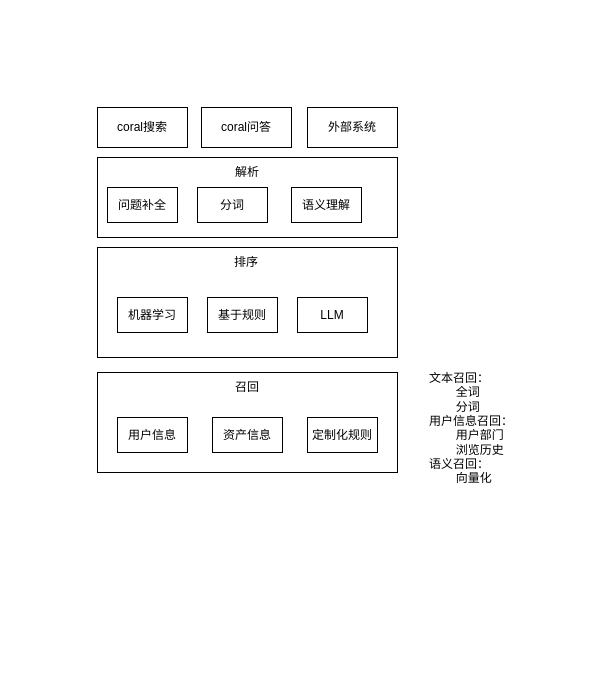
FlyThroughAir/DrawHere keeps this draw.io diagram as llm-搜索新架构.drawio. Above is the earlier version. Source tidied: cells renumbered, new cells numbered last; positions are measured from the earlier drawing's top-left corner, leaving out a move shared by most shapes. Both pictures are drawn from the tidied source at 100%, with x=0, y=0 at pixel (97, 107).
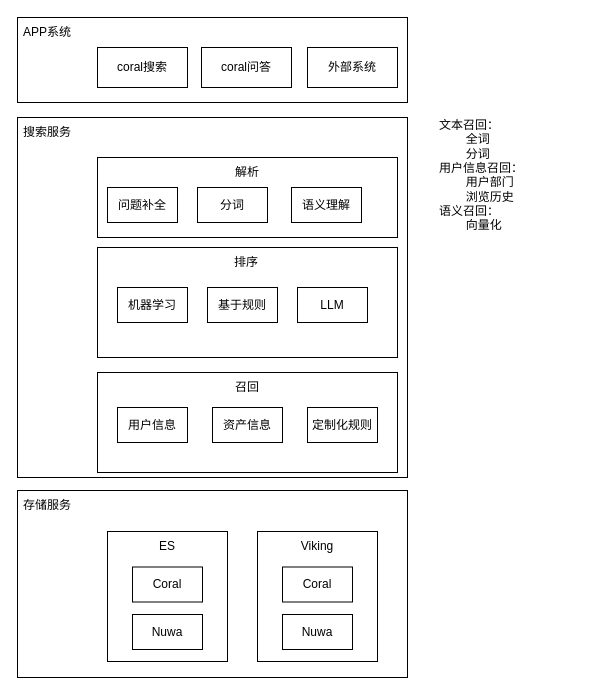
Above is the later version.

Commit message:
更新llm-搜索新架构.drawio

The edit, as a diff of the source:
```diff
@@
+    <mxCell id="21" style="rounded=0;whiteSpace=wrap;html=1;" parent="1" vertex="1">
+      <mxGeometry x="-80" y="-90" width="390" height="85" as="geometry" />
+    </mxCell>
+    <mxCell id="22" style="rounded=0;whiteSpace=wrap;html=1;" parent="1" vertex="1">
+      <mxGeometry x="-80" y="10" width="390" height="360" as="geometry" />
+    </mxCell>
@@
     <mxCell id="4" value="coral搜索" style="rounded=0;whiteSpace=wrap;html=1;" parent="1" vertex="1">
-      <mxGeometry width="90" height="40" as="geometry" />
+      <mxGeometry y="-60" width="90" height="40" as="geometry" />
     </mxCell>
     <mxCell id="5" value="coral问答" style="rounded=0;whiteSpace=wrap;html=1;" parent="1" vertex="1">
-      <mxGeometry x="104" width="90" height="40" as="geometry" />
+      <mxGeometry x="104" y="-60" width="90" height="40" as="geometry" />
     </mxCell>
     <mxCell id="6" value="外部系统" style="rounded=0;whiteSpace=wrap;html=1;" parent="1" vertex="1">
-      <mxGeometry x="210" width="90" height="40" as="geometry" />
+      <mxGeometry x="210" y="-60" width="90" height="40" as="geometry" />
     </mxCell>
@@
     <mxCell id="11" value="用户信息" style="rounded=0;whiteSpace=wrap;html=1;" parent="1" vertex="1">
-      <mxGeometry x="20" y="310" width="70" height="35" as="geometry" />
+      <mxGeometry x="20" y="300" width="70" height="35" as="geometry" />
     </mxCell>
     <mxCell id="12" value="资产信息" style="rounded=0;whiteSpace=wrap;html=1;" parent="1" vertex="1">
-      <mxGeometry x="115" y="310" width="70" height="35" as="geometry" />
+      <mxGeometry x="115" y="300" width="70" height="35" as="geometry" />
     </mxCell>
     <mxCell id="13" value="定制化规则" style="rounded=0;whiteSpace=wrap;html=1;" parent="1" vertex="1">
-      <mxGeometry x="210" y="310" width="70" height="35" as="geometry" />
+      <mxGeometry x="210" y="300" width="70" height="35" as="geometry" />
     </mxCell>
     <mxCell id="14" value="机器学习" style="rounded=0;whiteSpace=wrap;html=1;" parent="1" vertex="1">
-      <mxGeometry x="20" y="190" width="70" height="35" as="geometry" />
+      <mxGeometry x="20" y="180" width="70" height="35" as="geometry" />
     </mxCell>
     <mxCell id="15" value="基于规则" style="rounded=0;whiteSpace=wrap;html=1;" parent="1" vertex="1">
-      <mxGeometry x="110" y="190" width="70" height="35" as="geometry" />
+      <mxGeometry x="110" y="180" width="70" height="35" as="geometry" />
     </mxCell>
     <mxCell id="16" value="&lt;div&gt;文本召回：&lt;/div&gt;&lt;div&gt;&lt;span style=&quot;white-space: pre;&quot;&gt;&#9;&lt;/span&gt;全词&lt;/div&gt;&lt;div&gt;&lt;span style=&quot;white-space: pre;&quot;&gt;&#9;&lt;/span&gt;分词&lt;br&gt;&lt;/div&gt;&lt;div&gt;用户信息召回：&lt;/div&gt;&lt;span style=&quot;white-space: pre;&quot;&gt;&#9;&lt;/span&gt;用户部门&lt;div&gt;&lt;span style=&quot;white-space: pre;&quot;&gt;&#9;&lt;/span&gt;浏览历史&lt;/div&gt;&lt;div&gt;语义召回：&lt;/div&gt;&lt;div&gt;&lt;span style=&quot;white-space: pre;&quot;&gt;&#9;&lt;/span&gt;向量化&lt;br&gt;&lt;/div&gt;&lt;div&gt;&lt;br&gt;&lt;/div&gt;" style="text;html=1;align=left;verticalAlign=middle;whiteSpace=wrap;rounded=0;" parent="1" vertex="1">
-      <mxGeometry x="330" y="260" width="150" height="135" as="geometry" />
+      <mxGeometry x="340" y="10" width="100" height="130" as="geometry" />
     </mxCell>
     <mxCell id="17" value="LLM" style="rounded=0;whiteSpace=wrap;html=1;" parent="1" vertex="1">
-      <mxGeometry x="200" y="190" width="70" height="35" as="geometry" />
+      <mxGeometry x="200" y="180" width="70" height="35" as="geometry" />
     </mxCell>
@@
+    <mxCell id="23" style="rounded=0;whiteSpace=wrap;html=1;" parent="1" vertex="1">
+      <mxGeometry x="-80" y="383" width="390" height="187" as="geometry" />
+    </mxCell>
+    <mxCell id="24" style="rounded=0;whiteSpace=wrap;html=1;" parent="1" vertex="1">
+      <mxGeometry x="10" y="424" width="120" height="130" as="geometry" />
+    </mxCell>
+    <mxCell id="25" style="rounded=0;whiteSpace=wrap;html=1;" parent="1" vertex="1">
+      <mxGeometry x="160" y="424" width="120" height="130" as="geometry" />
+    </mxCell>
+    <mxCell id="26" value="Coral" style="rounded=0;whiteSpace=wrap;html=1;" parent="1" vertex="1">
+      <mxGeometry x="35" y="459.5" width="70" height="35" as="geometry" />
+    </mxCell>
+    <mxCell id="27" value="Coral" style="rounded=0;whiteSpace=wrap;html=1;" parent="1" vertex="1">
+      <mxGeometry x="185" y="459.5" width="70" height="35" as="geometry" />
+    </mxCell>
+    <mxCell id="28" value="Nuwa" style="rounded=0;whiteSpace=wrap;html=1;" parent="1" vertex="1">
+      <mxGeometry x="35" y="507" width="70" height="35" as="geometry" />
+    </mxCell>
+    <mxCell id="29" value="Nuwa" style="rounded=0;whiteSpace=wrap;html=1;" parent="1" vertex="1">
+      <mxGeometry x="185" y="507" width="70" height="35" as="geometry" />
+    </mxCell>
+    <mxCell id="30" value="ES" style="text;html=1;align=center;verticalAlign=middle;whiteSpace=wrap;rounded=0;" parent="1" vertex="1">
+      <mxGeometry x="40" y="424" width="60" height="30" as="geometry" />
+    </mxCell>
+    <mxCell id="31" value="Viking" style="text;html=1;align=center;verticalAlign=middle;whiteSpace=wrap;rounded=0;" parent="1" vertex="1">
+      <mxGeometry x="190" y="424" width="60" height="30" as="geometry" />
+    </mxCell>
+    <mxCell id="32" value="存储服务" style="text;html=1;align=center;verticalAlign=middle;whiteSpace=wrap;rounded=0;" parent="1" vertex="1">
+      <mxGeometry x="-80" y="383" width="60" height="30" as="geometry" />
+    </mxCell>
+    <mxCell id="33" value="搜索服务" style="text;html=1;align=center;verticalAlign=middle;whiteSpace=wrap;rounded=0;" parent="1" vertex="1">
+      <mxGeometry x="-80" y="10" width="60" height="30" as="geometry" />
+    </mxCell>
+    <mxCell id="34" value="APP系统" style="text;html=1;align=center;verticalAlign=middle;whiteSpace=wrap;rounded=0;" parent="1" vertex="1">
+      <mxGeometry x="-80" y="-90" width="60" height="30" as="geometry" />
+    </mxCell>
```
